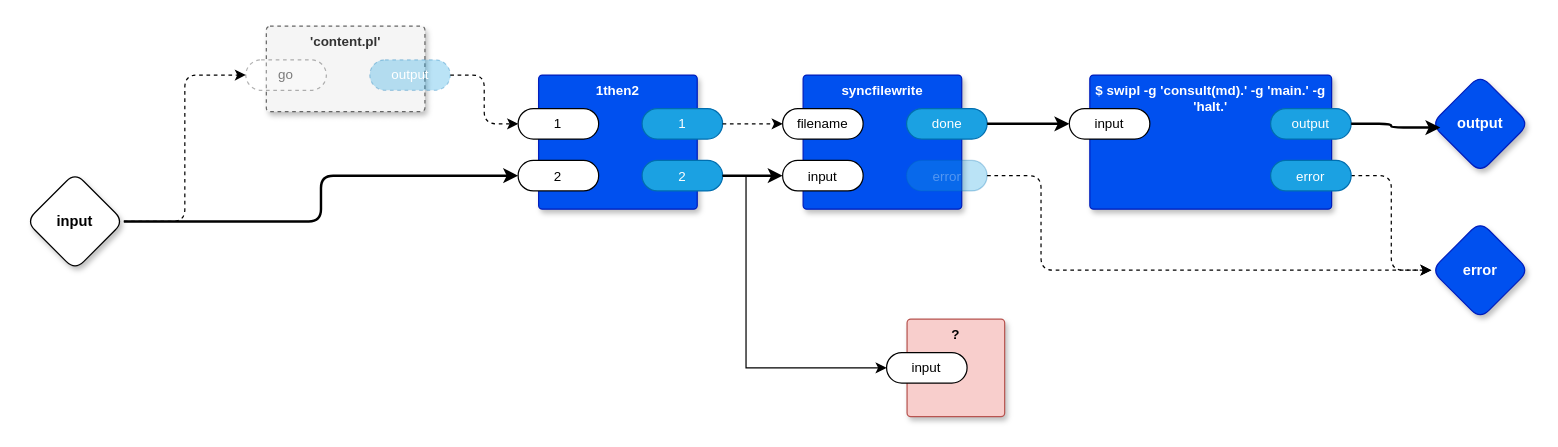
This is page "Generate Markdown" (4 of 11) of top.drawio from guitarvydas/kinopio2md, a draw.io file, before an edit. Source tidied: cells renumbered, new cells numbered last; positions are measured from the earlier drawing's top-left corner, leaving out a move shared by most shapes. Both pictures are drawn from the tidied source at 122%, with x=0, y=0 at pixel (26, 26).
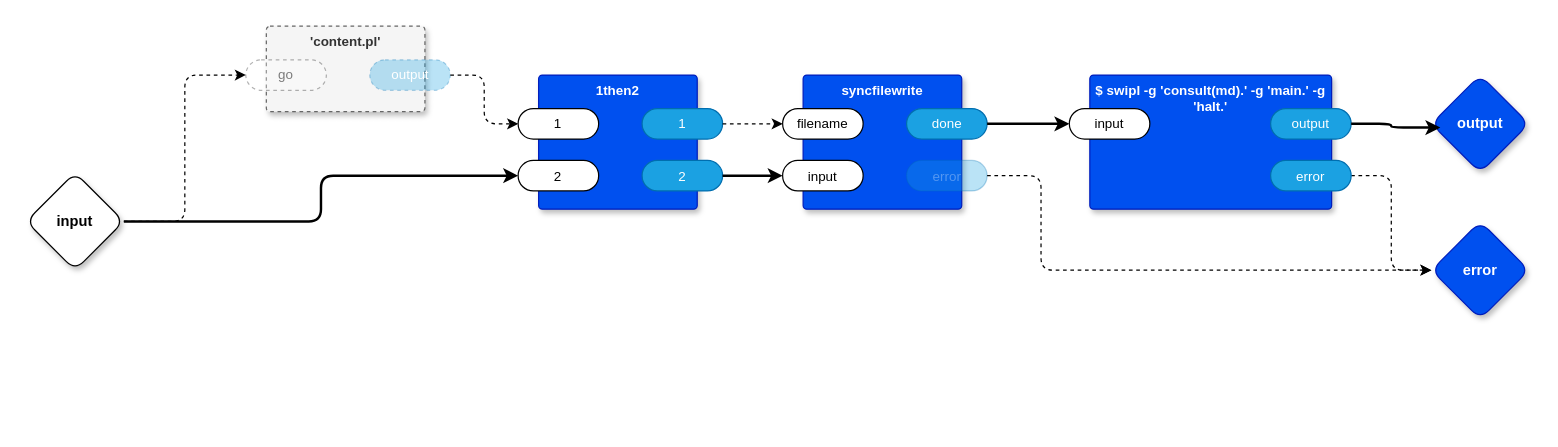
Above is the later version.

Unchanged cells that the change refers to:
```xml
<mxCell id="20" value="2" style="rounded=1;whiteSpace=wrap;html=1;sketch=0;points=[[0,0.5,0,0,0],[1,0.5,0,0,0]];fillColor=#1ba1e2;fontColor=#ffffff;strokeColor=#006EAF;arcSize=50;fontFamily=Helvetica;fontSize=11;" parent="17" vertex="1">
  <mxGeometry x="84.8" y="70" width="66" height="25" as="geometry" />
</mxCell>
```

Diff of the diagram source:
```diff
@@
-    <mxCell id="31" value="?" style="rounded=1;whiteSpace=wrap;html=1;sketch=0;verticalAlign=top;arcSize=6;fontStyle=1;absoluteArcSize=1;shadow=1;strokeColor=#b85450;fillColor=#f8cecc;fontFamily=Helvetica;fontSize=11;" parent="1" vertex="1">
-      <mxGeometry x="722" y="240" width="80" height="80" as="geometry" />
-    </mxCell>
-    <mxCell id="32" value="input" style="rounded=1;whiteSpace=wrap;html=1;sketch=0;points=[[0,0.5,0,0,0],[1,0.5,0,0,0]];arcSize=50;fontFamily=Helvetica;fontSize=11;fontColor=default;" parent="31" vertex="1">
-      <mxGeometry x="-16.8" y="27.5" width="66" height="25" as="geometry" />
-    </mxCell>
-    <mxCell id="33" style="edgeStyle=orthogonalEdgeStyle;rounded=0;jettySize=auto;html=1;exitX=1;exitY=0.5;exitDx=0;exitDy=0;exitPerimeter=0;entryX=0;entryY=0.5;entryDx=0;entryDy=0;entryPerimeter=0;" parent="1" edge="1" source="20" target="32">
-      <mxGeometry relative="1" as="geometry">
-        <Array as="points">
-          <mxPoint x="590" y="123" />
-          <mxPoint x="590" y="280" />
-        </Array>
-      </mxGeometry>
-    </mxCell>
```
